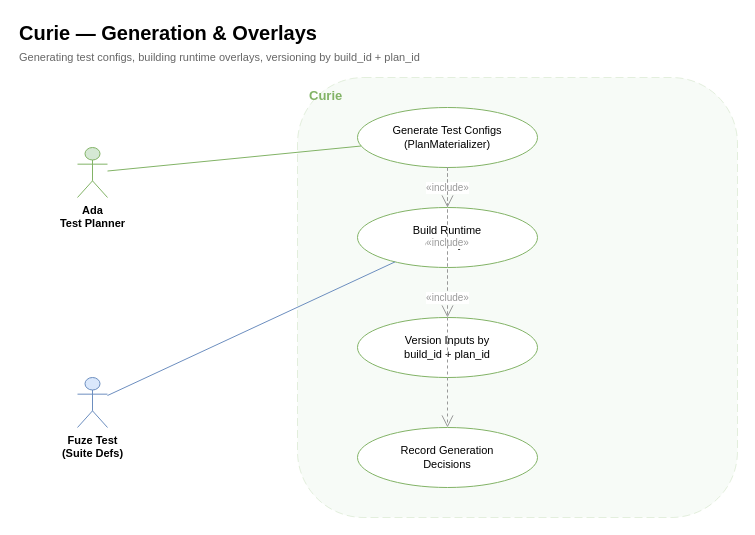
jmac-cornelis/agent-workforce keeps this draw.io diagram as page "2 — Generation & Overlays" (2 of 3) of docs/diagrams/workforce/CURIE_USE_CASE.drawio. Above is the earlier version. Source tidied: cells renumbered, new cells numbered last; positions are measured from the earlier drawing's top-left corner, leaving out a move shared by most shapes. Both pictures are drawn from the tidied source at 100%, with x=0, y=0 at pixel (17, 17).
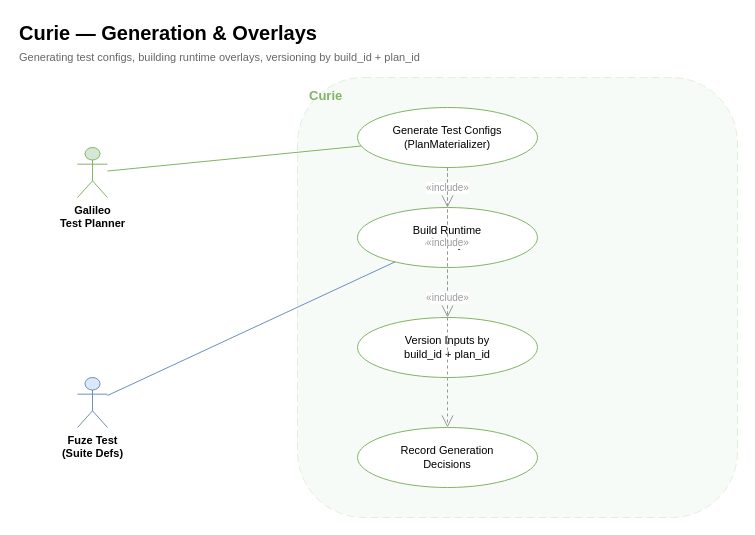
Above is the later version.

The edit, as a diff of the source:
```diff
@@
 <mxGraphModel>
   <root>
     <mxCell id="0" />
     <mxCell id="1" parent="0" />
     <mxCell id="2" value="Curie — Generation &amp; Overlays" style="text;html=1;strokeColor=none;fillColor=none;align=left;verticalAlign=middle;fontSize=20;fontStyle=1;" parent="1" vertex="1">
       <mxGeometry width="400" height="30" as="geometry" />
     </mxCell>
     <mxCell id="3" value="Generating test configs, building runtime overlays, versioning by build_id + plan_id" style="text;html=1;strokeColor=none;fillColor=none;align=left;verticalAlign=middle;fontSize=11;fontColor=#666666;" parent="1" vertex="1">
       <mxGeometry y="30" width="550" height="20" as="geometry" />
     </mxCell>
     <mxCell id="4" style="rounded=1;whiteSpace=wrap;html=1;fillColor=#d5e8d4;strokeColor=#82b366;opacity=20;dashed=1;dashPattern=8 4;" parent="1" vertex="1">
       <mxGeometry x="280" y="60" width="440" height="440" as="geometry" />
     </mxCell>
     <mxCell id="5" value="Curie" style="text;html=1;strokeColor=none;fillColor=none;align=left;verticalAlign=middle;fontSize=13;fontStyle=1;fontColor=#82b366;" parent="1" vertex="1">
       <mxGeometry x="290" y="65" width="120" height="25" as="geometry" />
     </mxCell>
-    <mxCell id="6" value="Ada&lt;br&gt;Test Planner" style="shape=umlActor;verticalLabelPosition=bottom;verticalAlign=top;html=1;outlineConnect=0;fontSize=11;fontStyle=1;fillColor=#d5e8d4;strokeColor=#82b366;" parent="1" vertex="1">
+    <mxCell id="6" value="Galileo&lt;br&gt;Test Planner" style="shape=umlActor;verticalLabelPosition=bottom;verticalAlign=top;html=1;outlineConnect=0;fontSize=11;fontStyle=1;fillColor=#d5e8d4;strokeColor=#82b366;" parent="1" vertex="1">
       <mxGeometry x="60" y="130" width="30" height="50" as="geometry" />
     </mxCell>
     <mxCell id="7" value="Fuze Test&lt;br&gt;(Suite Defs)" style="shape=umlActor;verticalLabelPosition=bottom;verticalAlign=top;html=1;outlineConnect=0;fontSize=11;fontStyle=1;fillColor=#dae8fc;strokeColor=#6c8ebf;" parent="1" vertex="1">
       <mxGeometry x="60" y="360" width="30" height="50" as="geometry" />
     </mxCell>
     <mxCell id="8" value="Generate Test Configs&lt;br&gt;(PlanMaterializer)" style="ellipse;whiteSpace=wrap;html=1;fillColor=#ffffff;strokeColor=#82b366;fontSize=11;" parent="1" vertex="1">
       <mxGeometry x="340" y="90" width="180" height="60" as="geometry" />
     </mxCell>
     <mxCell id="9" value="Build Runtime&lt;br&gt;Overlays" style="ellipse;whiteSpace=wrap;html=1;fillColor=#ffffff;strokeColor=#82b366;fontSize=11;" parent="1" vertex="1">
       <mxGeometry x="340" y="190" width="180" height="60" as="geometry" />
     </mxCell>
     <mxCell id="10" value="Version Inputs by&lt;br&gt;build_id + plan_id" style="ellipse;whiteSpace=wrap;html=1;fillColor=#ffffff;strokeColor=#82b366;fontSize=11;" parent="1" vertex="1">
       <mxGeometry x="340" y="300" width="180" height="60" as="geometry" />
     </mxCell>
     <mxCell id="11" value="Record Generation&lt;br&gt;Decisions" style="ellipse;whiteSpace=wrap;html=1;fillColor=#ffffff;strokeColor=#82b366;fontSize=11;" parent="1" vertex="1">
       <mxGeometry x="340" y="410" width="180" height="60" as="geometry" />
     </mxCell>
     <mxCell id="12" style="endArrow=none;html=1;strokeColor=#82b366;" parent="1" edge="1" source="6" target="8">
       <mxGeometry relative="1" as="geometry" />
     </mxCell>
     <mxCell id="13" style="endArrow=none;html=1;strokeColor=#6c8ebf;" parent="1" edge="1" source="7" target="9">
       <mxGeometry relative="1" as="geometry" />
     </mxCell>
     <mxCell id="14" value="&amp;laquo;include&amp;raquo;" style="endArrow=open;endSize=10;dashed=1;html=1;strokeColor=#999999;fontSize=10;fontColor=#999999;" parent="1" edge="1" source="8" target="9">
       <mxGeometry relative="1" as="geometry" />
     </mxCell>
     <mxCell id="15" value="&amp;laquo;include&amp;raquo;" style="endArrow=open;endSize=10;dashed=1;html=1;strokeColor=#999999;fontSize=10;fontColor=#999999;" parent="1" edge="1" source="8" target="10">
       <mxGeometry relative="1" as="geometry" />
     </mxCell>
     <mxCell id="16" value="&amp;laquo;include&amp;raquo;" style="endArrow=open;endSize=10;dashed=1;html=1;strokeColor=#999999;fontSize=10;fontColor=#999999;" parent="1" edge="1" source="8" target="11">
       <mxGeometry relative="1" as="geometry" />
     </mxCell>
   </root>
 </mxGraphModel>
```
